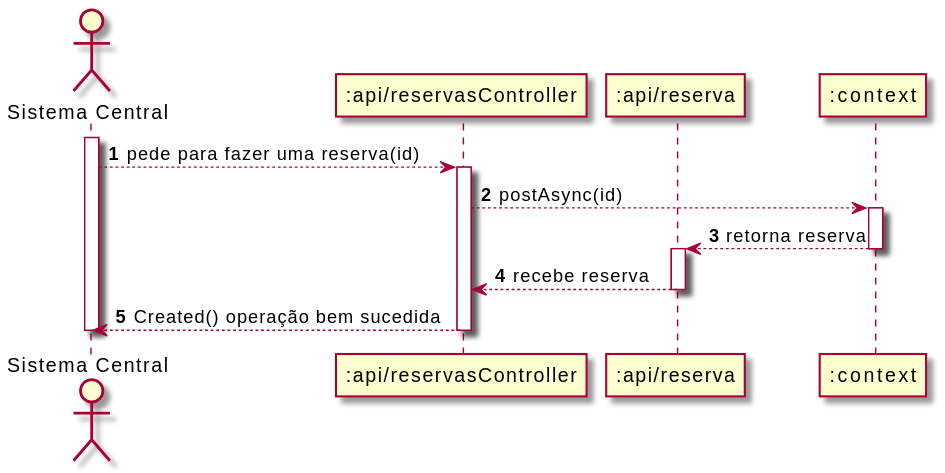
UPskillDOTNET/Jakim-das-Coives-S.A. keeps this PlantUML diagram as Documentos/Sprint2/UC2/UC2_SD.svg. Above is the earlier version.
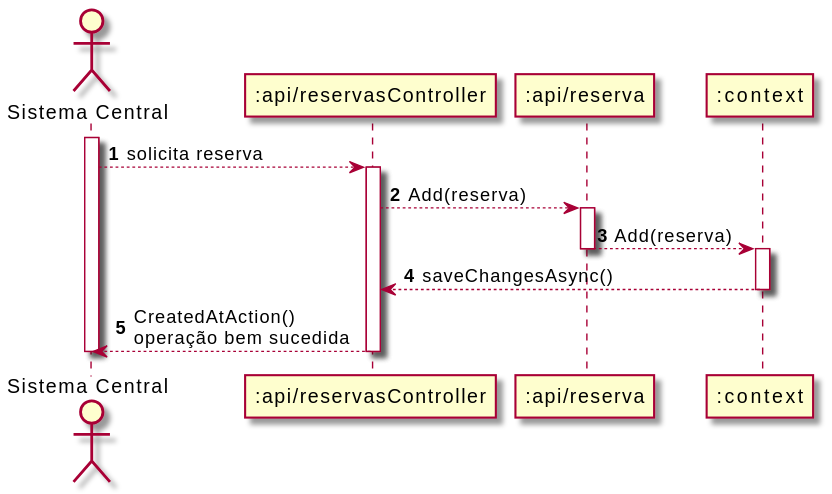
Above is the later version.

Diff of the diagram source:
```diff
@@ -6,24 +6,22 @@
 participant ":context" as C
 
 activate SC
-SC --> RC : pede para fazer uma reserva(id)
+SC --> RC : solicita reserva
 activate RC
 
-RC --> C : postAsync(id)
+RC --> R : Add(reserva)
+activate R
+
+
+R --> C : Add(reserva)
+deactivate R
 activate C
 
 
-C --> R : retorna reserva
+C --> RC : saveChangesAsync()
 deactivate C
-activate R
 
-
-R --> RC : recebe reserva
-deactivate R
-
-
-
-RC --> SC: Created() operação bem sucedida
+RC --> SC: CreatedAtAction()\noperação bem sucedida
 deactivate RC
 deactivate SC
 @enduml
```
